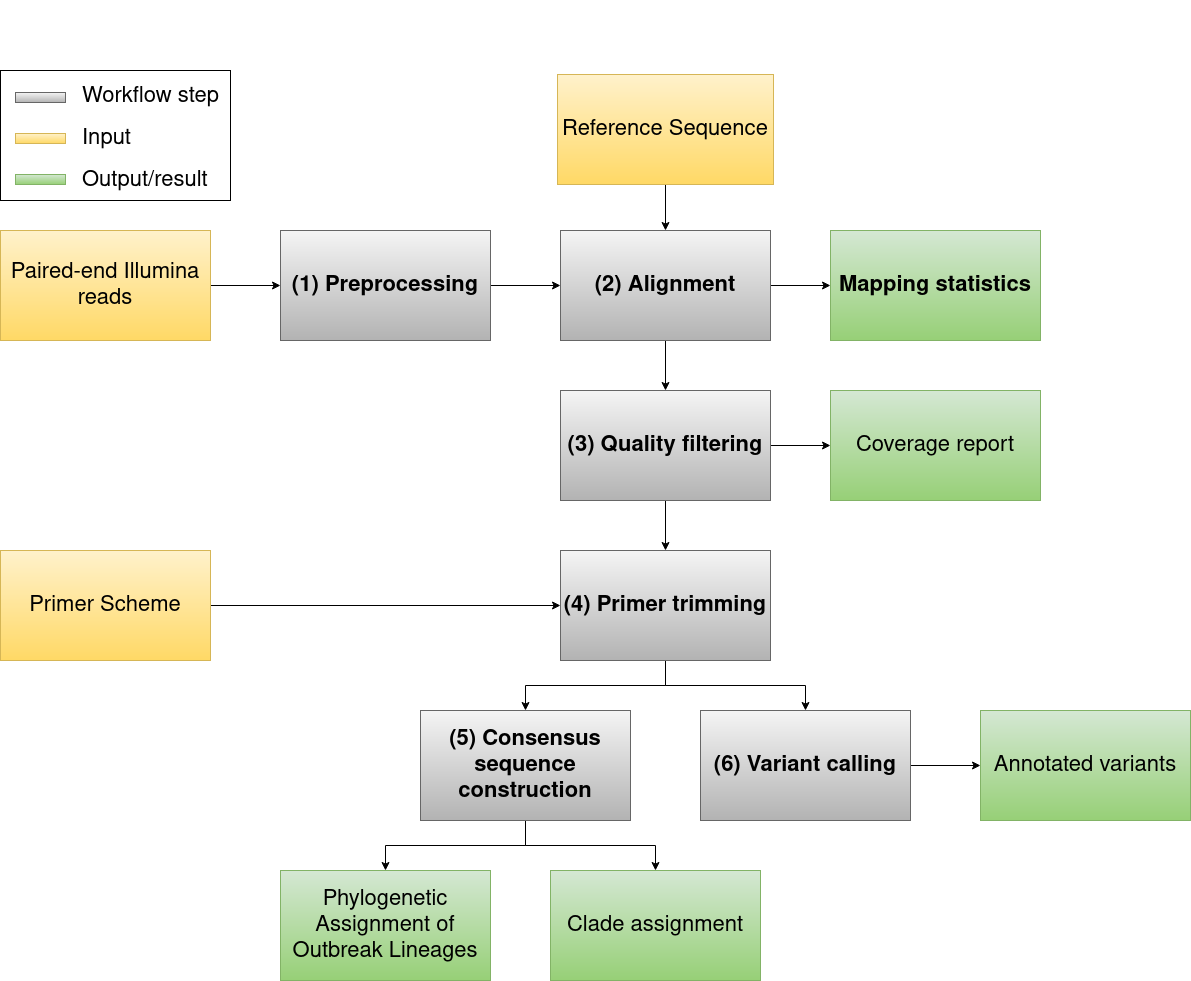
Before: media/3-sars-cov-2.png, a diagram exported from draw.io (kciy/msc-thesis). Source tidied: cells renumbered, new cells last; positions are measured from the earlier drawing's top-left corner, leaving out a move shared by most shapes.
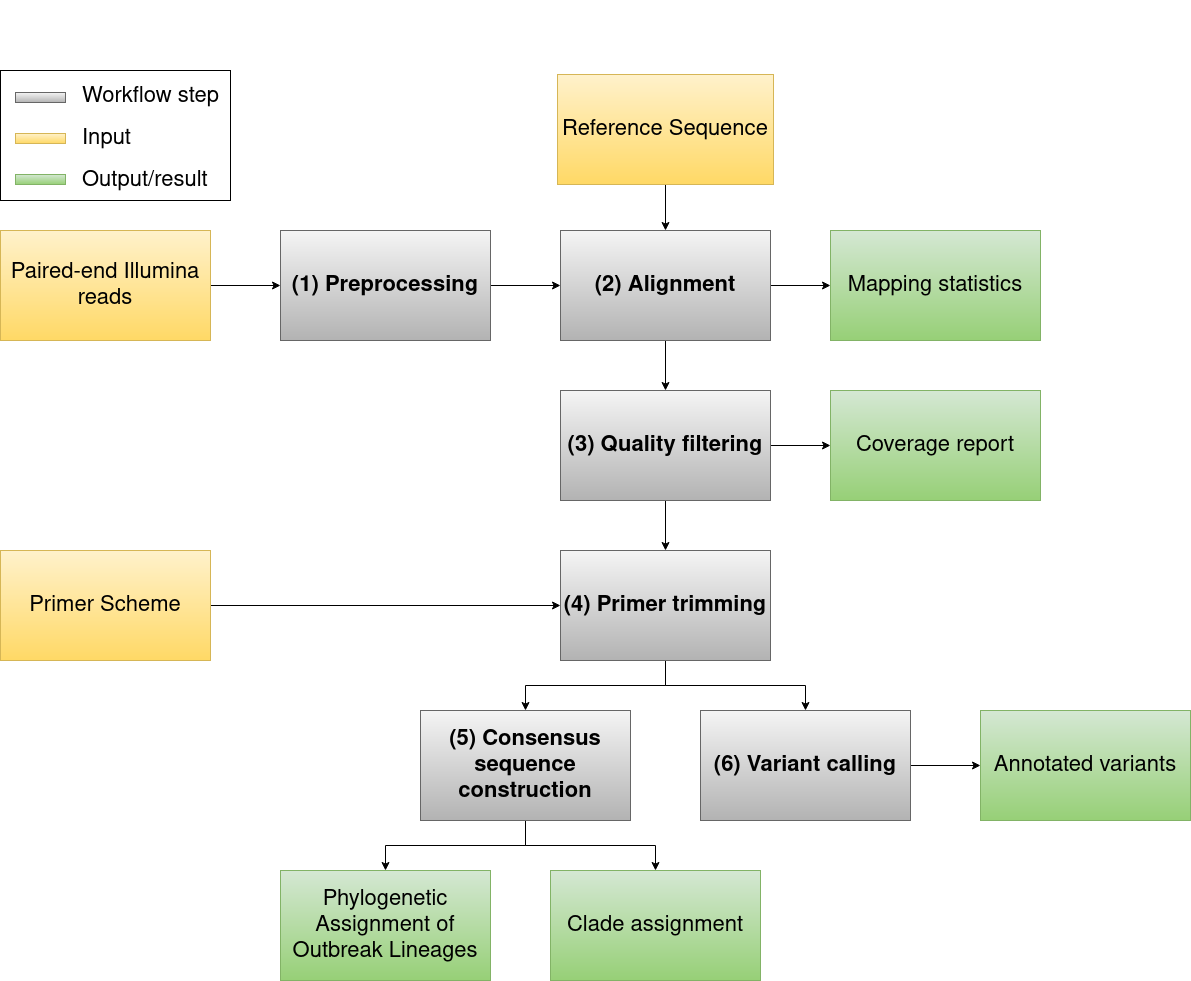
Above is the later version.

The edit, as a diff of the source:
```diff
@@ -65,7 +65,7 @@
     <mxCell id="22" value="&lt;b&gt;(4) Primer trimming&lt;br&gt;&lt;/b&gt;" style="rounded=0;whiteSpace=wrap;html=1;fontSize=22;spacing=2;fillColor=#f5f5f5;gradientColor=#b3b3b3;strokeColor=#666666;" parent="1" vertex="1">
       <mxGeometry x="560" y="550" width="210" height="110" as="geometry" />
     </mxCell>
-    <mxCell id="23" value="&lt;span&gt;Mapping statistics&lt;br&gt;&lt;/span&gt;" style="rounded=0;whiteSpace=wrap;html=1;fontSize=22;spacing=2;fillColor=#d5e8d4;gradientColor=#97d077;strokeColor=#82b366;fontStyle=1;" parent="1" vertex="1">
+    <mxCell id="23" value="&lt;span&gt;Mapping statistics&lt;br&gt;&lt;/span&gt;" style="rounded=0;whiteSpace=wrap;html=1;fontSize=22;spacing=2;fillColor=#d5e8d4;gradientColor=#97d077;strokeColor=#82b366;fontStyle=0;" parent="1" vertex="1">
       <mxGeometry x="830" y="230" width="210" height="110" as="geometry" />
     </mxCell>
     <mxCell id="24" value="Coverage report" style="rounded=0;whiteSpace=wrap;html=1;fontSize=22;spacing=2;fillColor=#d5e8d4;gradientColor=#97d077;strokeColor=#82b366;" parent="1" vertex="1">
```
